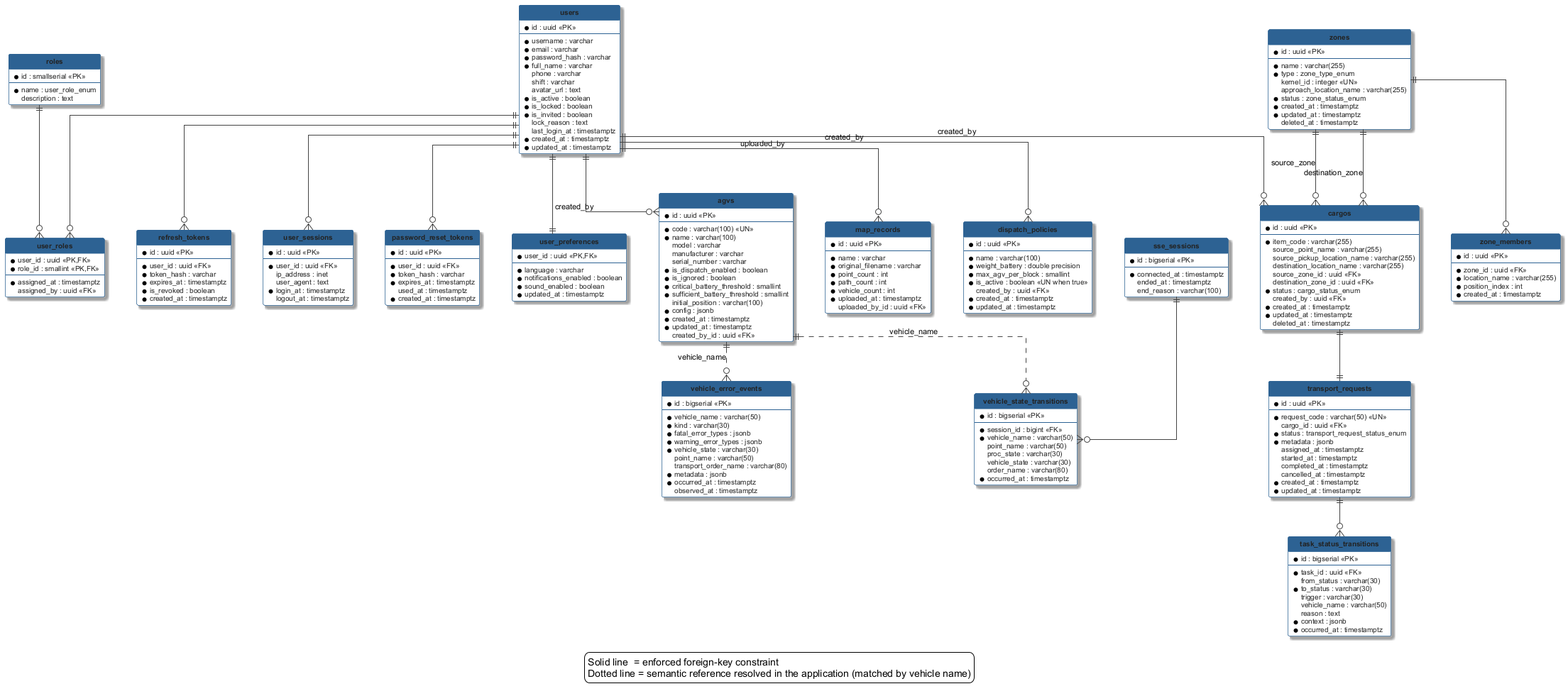
Above: report/diagrams/erd-v2.png in arishem51/wes (PlantUML), before the change.
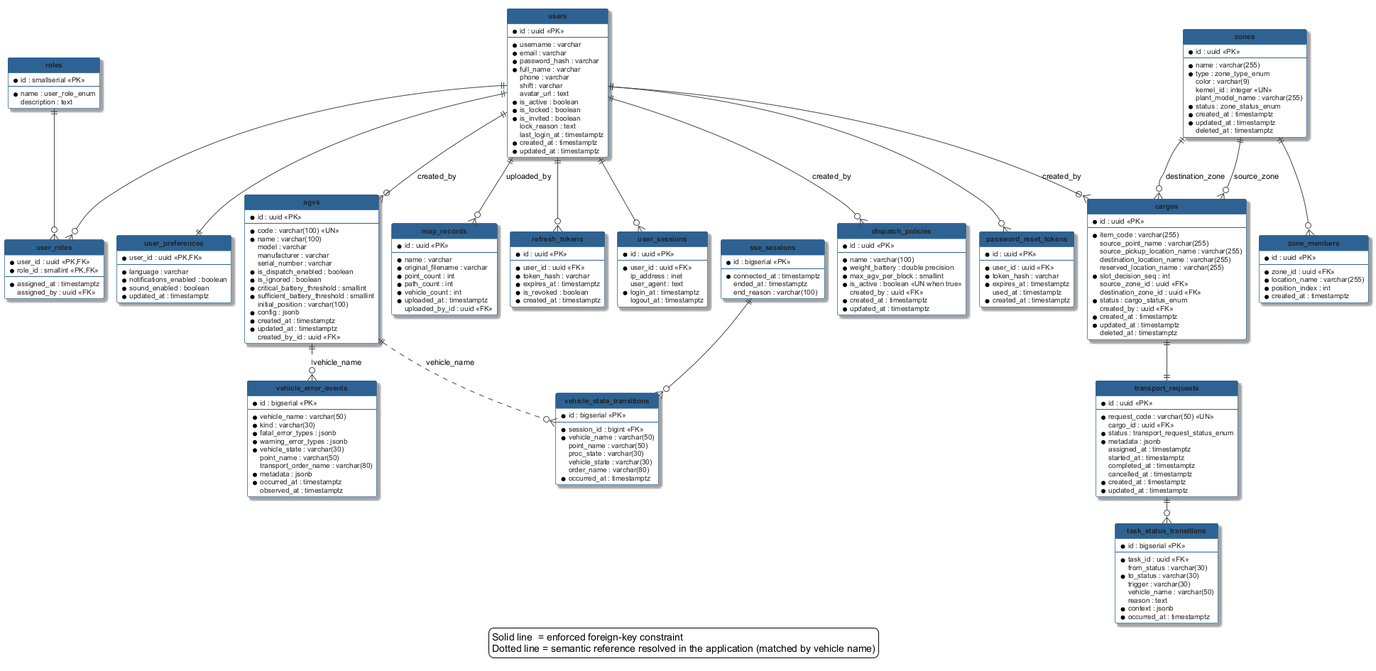
Above is the later version.

Change to the diagram source:
```diff
@@ -1,4 +1,5 @@
 @startuml erd-v2
+!pragma layout smetana
 
 hide circle
 hide empty methods
@@ -133,8 +134,9 @@
   --
   * name : varchar(255)
   * type : zone_type_enum
+  color : varchar(9)
   kernel_id : integer <<UN>>
-  approach_location_name : varchar(255)
+  plant_model_name : varchar(255)
   * status : zone_status_enum
   * created_at : timestamptz
   * updated_at : timestamptz
@@ -169,6 +171,8 @@
   source_point_name : varchar(255)
   source_pickup_location_name : varchar(255)
   destination_location_name : varchar(255)
+  reserved_location_name : varchar(255)
+  * slot_decision_seq : int
   source_zone_id : uuid <<FK>>
   destination_zone_id : uuid <<FK>>
   * status : cargo_status_enum
```
